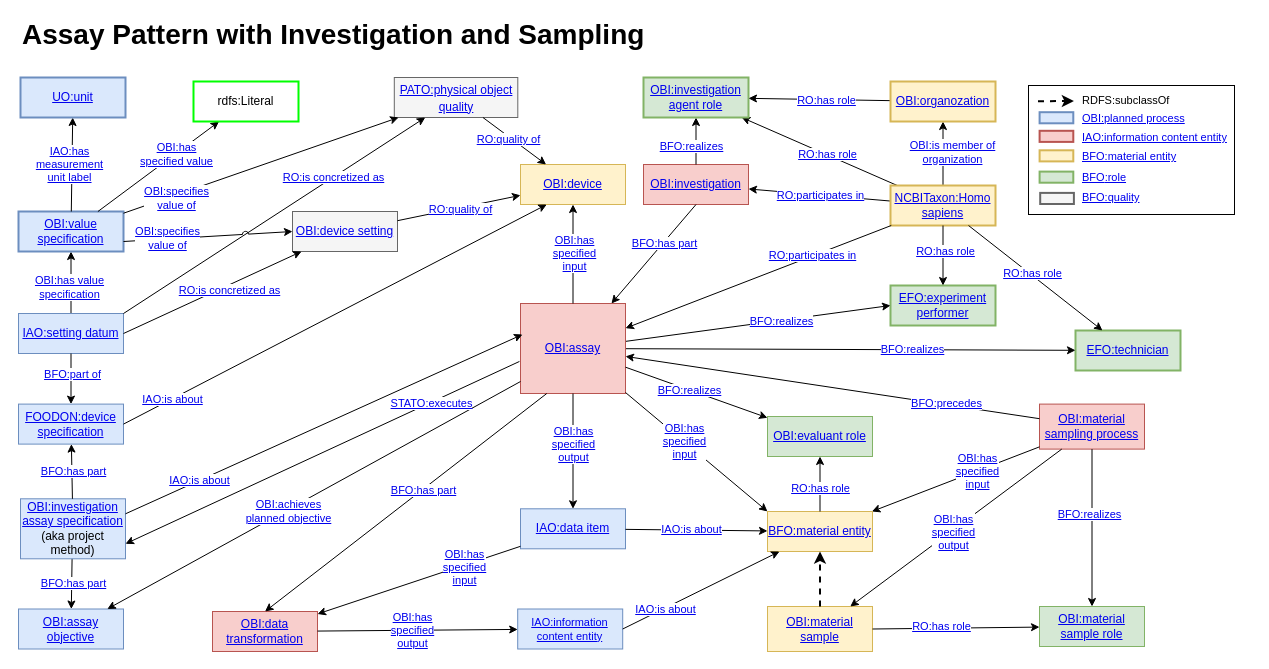
NFDI4Chem/VibrationalSpectroscopyOntology keeps this draw.io diagram as page "Extended Assay Pattern" (4 of 4) of docs/images/VIBSO_T-Box_graph_views.drawio. Above is the earlier version. Source tidied: cells renumbered, new cells numbered last; positions are measured from the earlier drawing's top-left corner, leaving out a move shared by most shapes. Both pictures are drawn from the tidied source at 100%, with x=0, y=0 at pixel (18, 19).
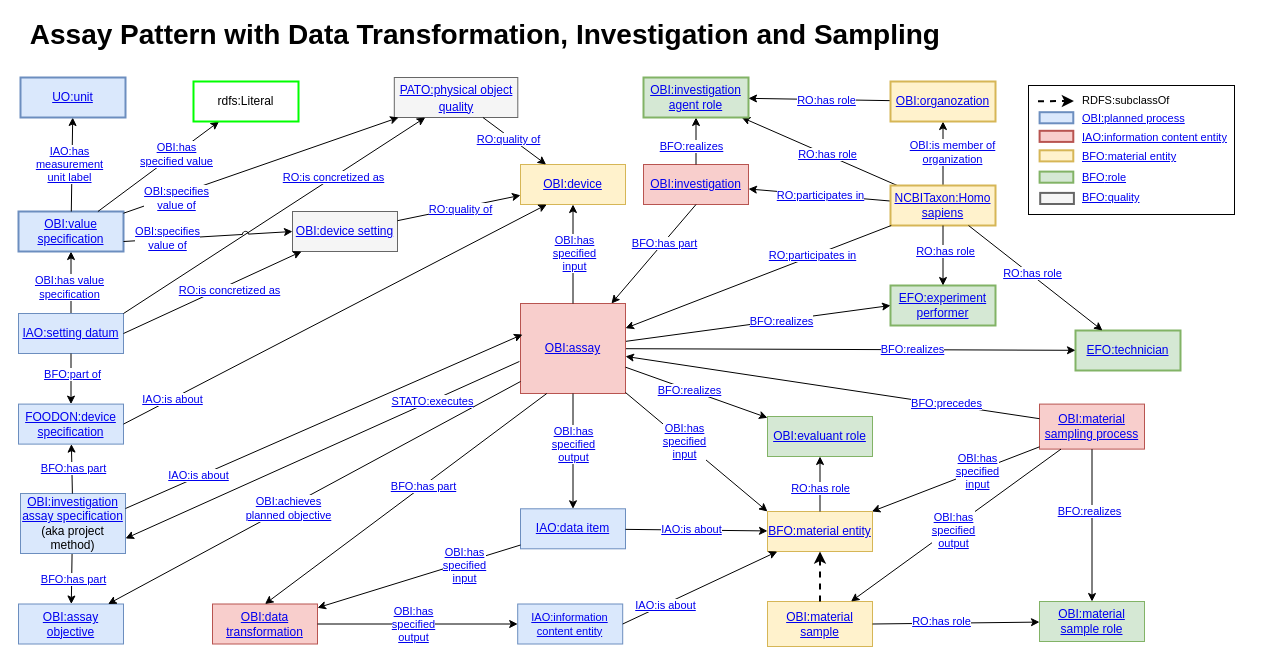
The same diagram, later.

The edit, as a diff of the source:
```diff
@@
     <mxCell id="2" value="&lt;a href=&quot;https://terminology.nfdi4chem.de/ts/ontologies/obi/terms?iri=http%3A%2F%2Fpurl.obolibrary.org%2Fobo%2FOBI_0000747&quot;&gt;OBI:material sample&lt;/a&gt;" style="rounded=0;whiteSpace=wrap;html=1;fillColor=#fff2cc;strokeColor=#d6b656;" parent="1" vertex="1">
-      <mxGeometry x="749" y="587" width="105" height="45" as="geometry" />
+      <mxGeometry x="749" y="582" width="105" height="45" as="geometry" />
     </mxCell>
@@
     <mxCell id="12" value="&lt;div&gt;&lt;a href=&quot;https://terminology.nfdi4chem.de/ts/ontologies/obi/terms?iri=http%3A%2F%2Fpurl.obolibrary.org%2Fobo%2FOBI_0000740&quot;&gt;OBI:material &lt;br&gt;&lt;/a&gt;&lt;/div&gt;&lt;div&gt;&lt;a href=&quot;https://terminology.nfdi4chem.de/ts/ontologies/obi/terms?iri=http%3A%2F%2Fpurl.obolibrary.org%2Fobo%2FOBI_0000740&quot;&gt;sample role&lt;/a&gt;&lt;/div&gt;" style="rounded=0;whiteSpace=wrap;html=1;fillColor=#d5e8d4;strokeColor=#82b366;" parent="1" vertex="1">
-      <mxGeometry x="1021" y="587" width="105" height="40" as="geometry" />
+      <mxGeometry x="1021" y="582" width="105" height="40" as="geometry" />
     </mxCell>
@@
     <mxCell id="58" value="&lt;div&gt;&lt;a href=&quot;https://terminology.nfdi4chem.de/ts/ontologies/obi/terms?iri=http%3A%2F%2Fpurl.obolibrary.org%2Fobo%2FOBI_0200000&quot;&gt;OBI:data transformation&lt;/a&gt;&lt;br&gt;&lt;/div&gt;" style="rounded=0;whiteSpace=wrap;html=1;fillColor=#f8cecc;strokeColor=#b85450;" parent="1" vertex="1">
-      <mxGeometry x="194" y="592" width="105" height="40" as="geometry" />
+      <mxGeometry x="194" y="584.5" width="105" height="40" as="geometry" />
     </mxCell>
@@
     <mxCell id="61" value="&lt;div&gt;&lt;div style=&quot;font-size: 11px;&quot;&gt;&lt;a href=&quot;https://terminology.nfdi4chem.de/ts/ontologies/iao/terms?iri=http%3A%2F%2Fpurl.obolibrary.org%2Fobo%2FIAO_0000030&quot;&gt;IAO:information content entity&lt;/a&gt;&lt;br&gt;&lt;/div&gt;&lt;/div&gt;" style="rounded=0;whiteSpace=wrap;html=1;fillColor=#dae8fc;strokeColor=#6c8ebf;arcSize=15;glass=0;shadow=0;" parent="1" vertex="1">
-      <mxGeometry x="499.2" y="589.5" width="105" height="40" as="geometry" />
+      <mxGeometry x="499.2" y="584.5" width="105" height="40" as="geometry" />
     </mxCell>
@@
     <mxCell id="64" value="&lt;a href=&quot;https://terminology.nfdi4chem.de/ts/ontologies/obi/terms?iri=http%3A%2F%2Fpurl.obolibrary.org%2Fobo%2FOBI_0000441&quot;&gt;OBI:assay objective&lt;/a&gt;" style="rounded=0;whiteSpace=wrap;html=1;fillColor=#dae8fc;strokeColor=#6c8ebf;" parent="1" vertex="1">
-      <mxGeometry y="589.5" width="105" height="40" as="geometry" />
+      <mxGeometry y="584.5" width="105" height="40" as="geometry" />
     </mxCell>
@@
     <mxCell id="69" value="&lt;div&gt;&lt;a href=&quot;https://terminology.nfdi4chem.de/ts/ontologies/obi/terms?iri=http%3A%2F%2Fpurl.obolibrary.org%2Fobo%2FOBI_0001896&quot;&gt;OBI:investigation&lt;/a&gt;&lt;/div&gt;&lt;div&gt;&lt;a href=&quot;https://terminology.nfdi4chem.de/ts/ontologies/obi/terms?iri=http%3A%2F%2Fpurl.obolibrary.org%2Fobo%2FOBI_0001896&quot;&gt;assay specification&lt;/a&gt;&lt;/div&gt;&lt;div&gt;(aka project method)&lt;/div&gt;" style="rounded=0;whiteSpace=wrap;html=1;fillColor=#dae8fc;strokeColor=#6c8ebf;" parent="1" vertex="1">
-      <mxGeometry x="2" y="479.3" width="105" height="60" as="geometry" />
+      <mxGeometry x="2" y="474" width="105" height="60" as="geometry" />
     </mxCell>
@@
-    <mxCell id="104" value="&lt;font style=&quot;font-size: 28px;&quot;&gt;&lt;b&gt;Assay Pattern with Investigation and Sampling&lt;br&gt;&lt;/b&gt;&lt;/font&gt;" style="text;html=1;strokeColor=none;fillColor=none;align=left;verticalAlign=middle;whiteSpace=wrap;rounded=0;" parent="1" vertex="1">
-      <mxGeometry x="2" width="893" height="30" as="geometry" />
+    <mxCell id="104" value="&lt;font style=&quot;font-size: 28px;&quot;&gt;&lt;b&gt;&amp;nbsp;Assay Pattern with Data Transformation, Investigation and Sampling&lt;br&gt;&lt;/b&gt;&lt;/font&gt;" style="text;html=1;strokeColor=none;fillColor=none;align=left;verticalAlign=middle;whiteSpace=wrap;rounded=0;" parent="1" vertex="1">
+      <mxGeometry x="2" width="1177" height="30" as="geometry" />
     </mxCell>
```
